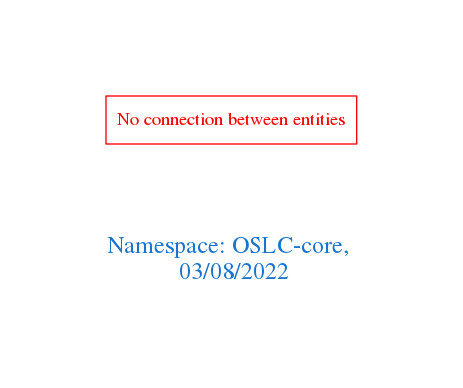
arago/OGIT keeps this Graphviz diagram as downloads/OSLC-core.png. Above is the earlier version. Its source is kept beside it as downloads/OSLC-core.dot.
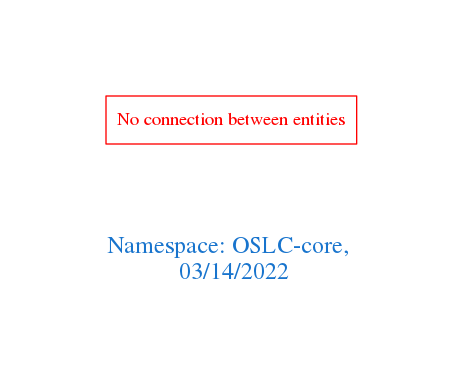
Above is the later version.

Diff of the diagram source:
```diff
@@ -1,7 +1,7 @@
 digraph OGIT_ontology {
  graph [ rankdir= LR,pad=1
 fontsize = 18,
-fontcolor= dodgerblue3,label = "\n\n\nNamespace: OSLC-core, \n 03/08/2022"];
+fontcolor= dodgerblue3,label = "\n\n\nNamespace: OSLC-core, \n 03/14/2022"];
 node[shape=polygon];
 edge [  color="gray81"];
 
```
